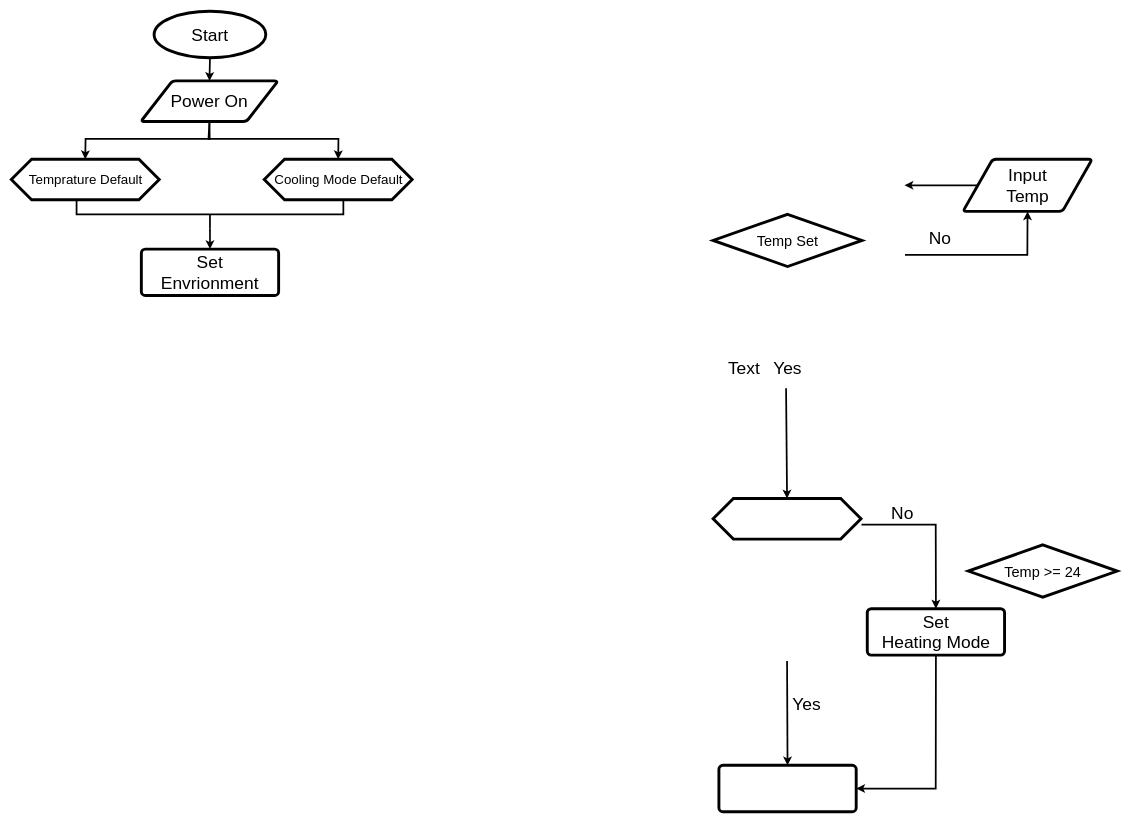
Before: 홈키팜_02.drawio in Sun-Rang/AI_-, a draw.io diagram. Source tidied: cells renumbered, new cells numbered last; positions are measured from the earlier drawing's top-left corner, leaving out a move shared by most shapes. Both pictures are drawn from the tidied source at 58%, with x=0, y=0 at pixel (11, 11).
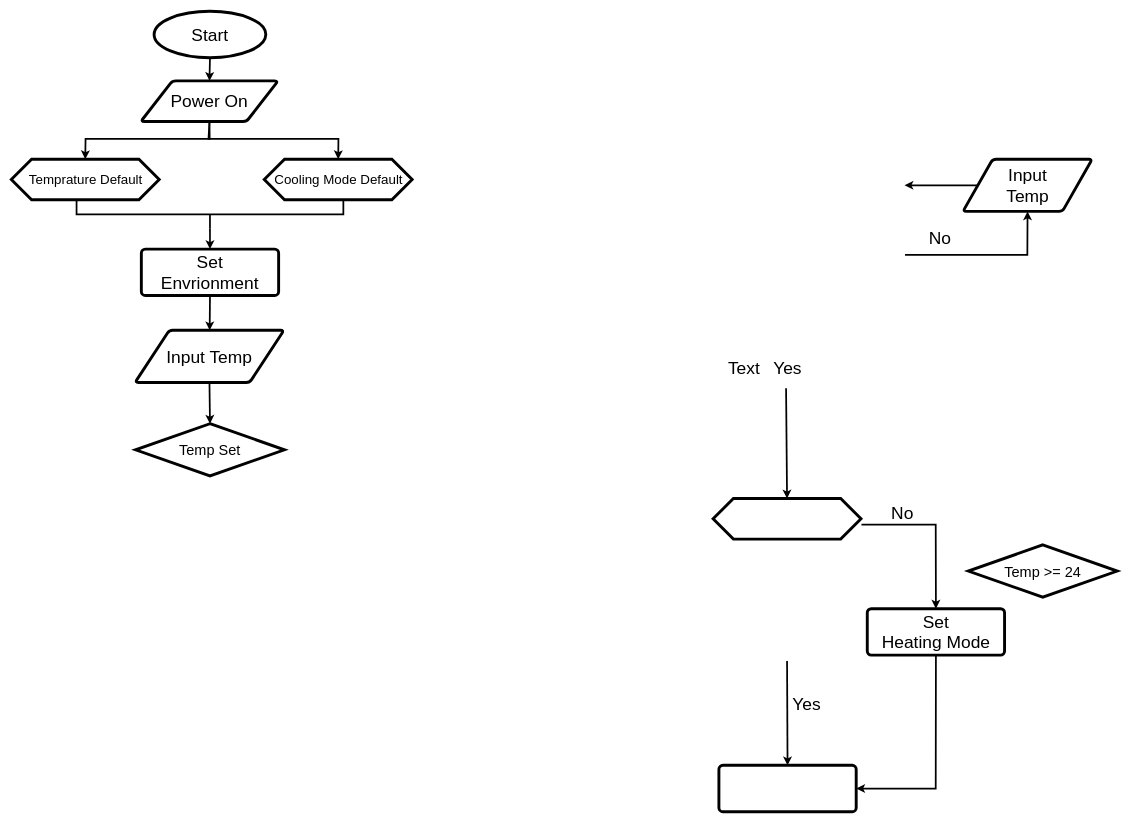
After the change.

Commit message (it also covers changes not shown here):
홈키팜_02.drawio 업데이트

The change refers to these unchanged cells:
```xml
<mxCell id="17" value="Set&lt;br&gt;Envrionment" style="rounded=1;whiteSpace=wrap;html=1;absoluteArcSize=1;arcSize=14;strokeWidth=5;strokeColor=default;fontFamily=Helvetica;fontSize=30;fontColor=default;fillColor=default;" parent="1" vertex="1">
  <mxGeometry x="224.2" y="410" width="236.7" height="80" as="geometry" />
</mxCell>
```

The edit, as a diff of the source:
```diff
@@
     <mxCell id="28" value="Temp Set" style="strokeWidth=5;html=1;shape=mxgraph.flowchart.decision;whiteSpace=wrap;strokeColor=default;fontFamily=Helvetica;fontSize=25;fontColor=default;fillColor=default;" parent="1" vertex="1">
-      <mxGeometry x="1210" y="350" width="256.7" height="90" as="geometry" />
+      <mxGeometry x="214.2" y="711" width="256.7" height="90" as="geometry" />
     </mxCell>
@@
+    <mxCell id="31" style="endArrow=classic;html=1;rounded=0;fontFamily=Helvetica;fontSize=30;fontColor=default;strokeWidth=3;exitX=0.5;exitY=1;exitDx=0;exitDy=0;" parent="1" edge="1" source="17">
+      <mxGeometry relative="1" as="geometry">
+        <mxPoint x="342" y="550" as="targetPoint" />
+      </mxGeometry>
+    </mxCell>
+    <mxCell id="32" value="Input Temp" style="shape=parallelogram;html=1;strokeWidth=5;perimeter=parallelogramPerimeter;whiteSpace=wrap;rounded=1;arcSize=12;size=0.23;strokeColor=default;fontFamily=Helvetica;fontSize=30;fontColor=default;fillColor=default;" parent="1" vertex="1">
+      <mxGeometry x="213.3" y="550" width="256.7" height="90" as="geometry" />
+    </mxCell>
+    <mxCell id="33" style="endArrow=classic;html=1;rounded=0;fontFamily=Helvetica;fontSize=30;fontColor=default;strokeWidth=3;exitX=0.5;exitY=1;exitDx=0;exitDy=0;entryX=0.5;entryY=0;entryDx=0;entryDy=0;entryPerimeter=0;" parent="1" edge="1" source="32" target="28">
+      <mxGeometry relative="1" as="geometry" />
+    </mxCell>
```
